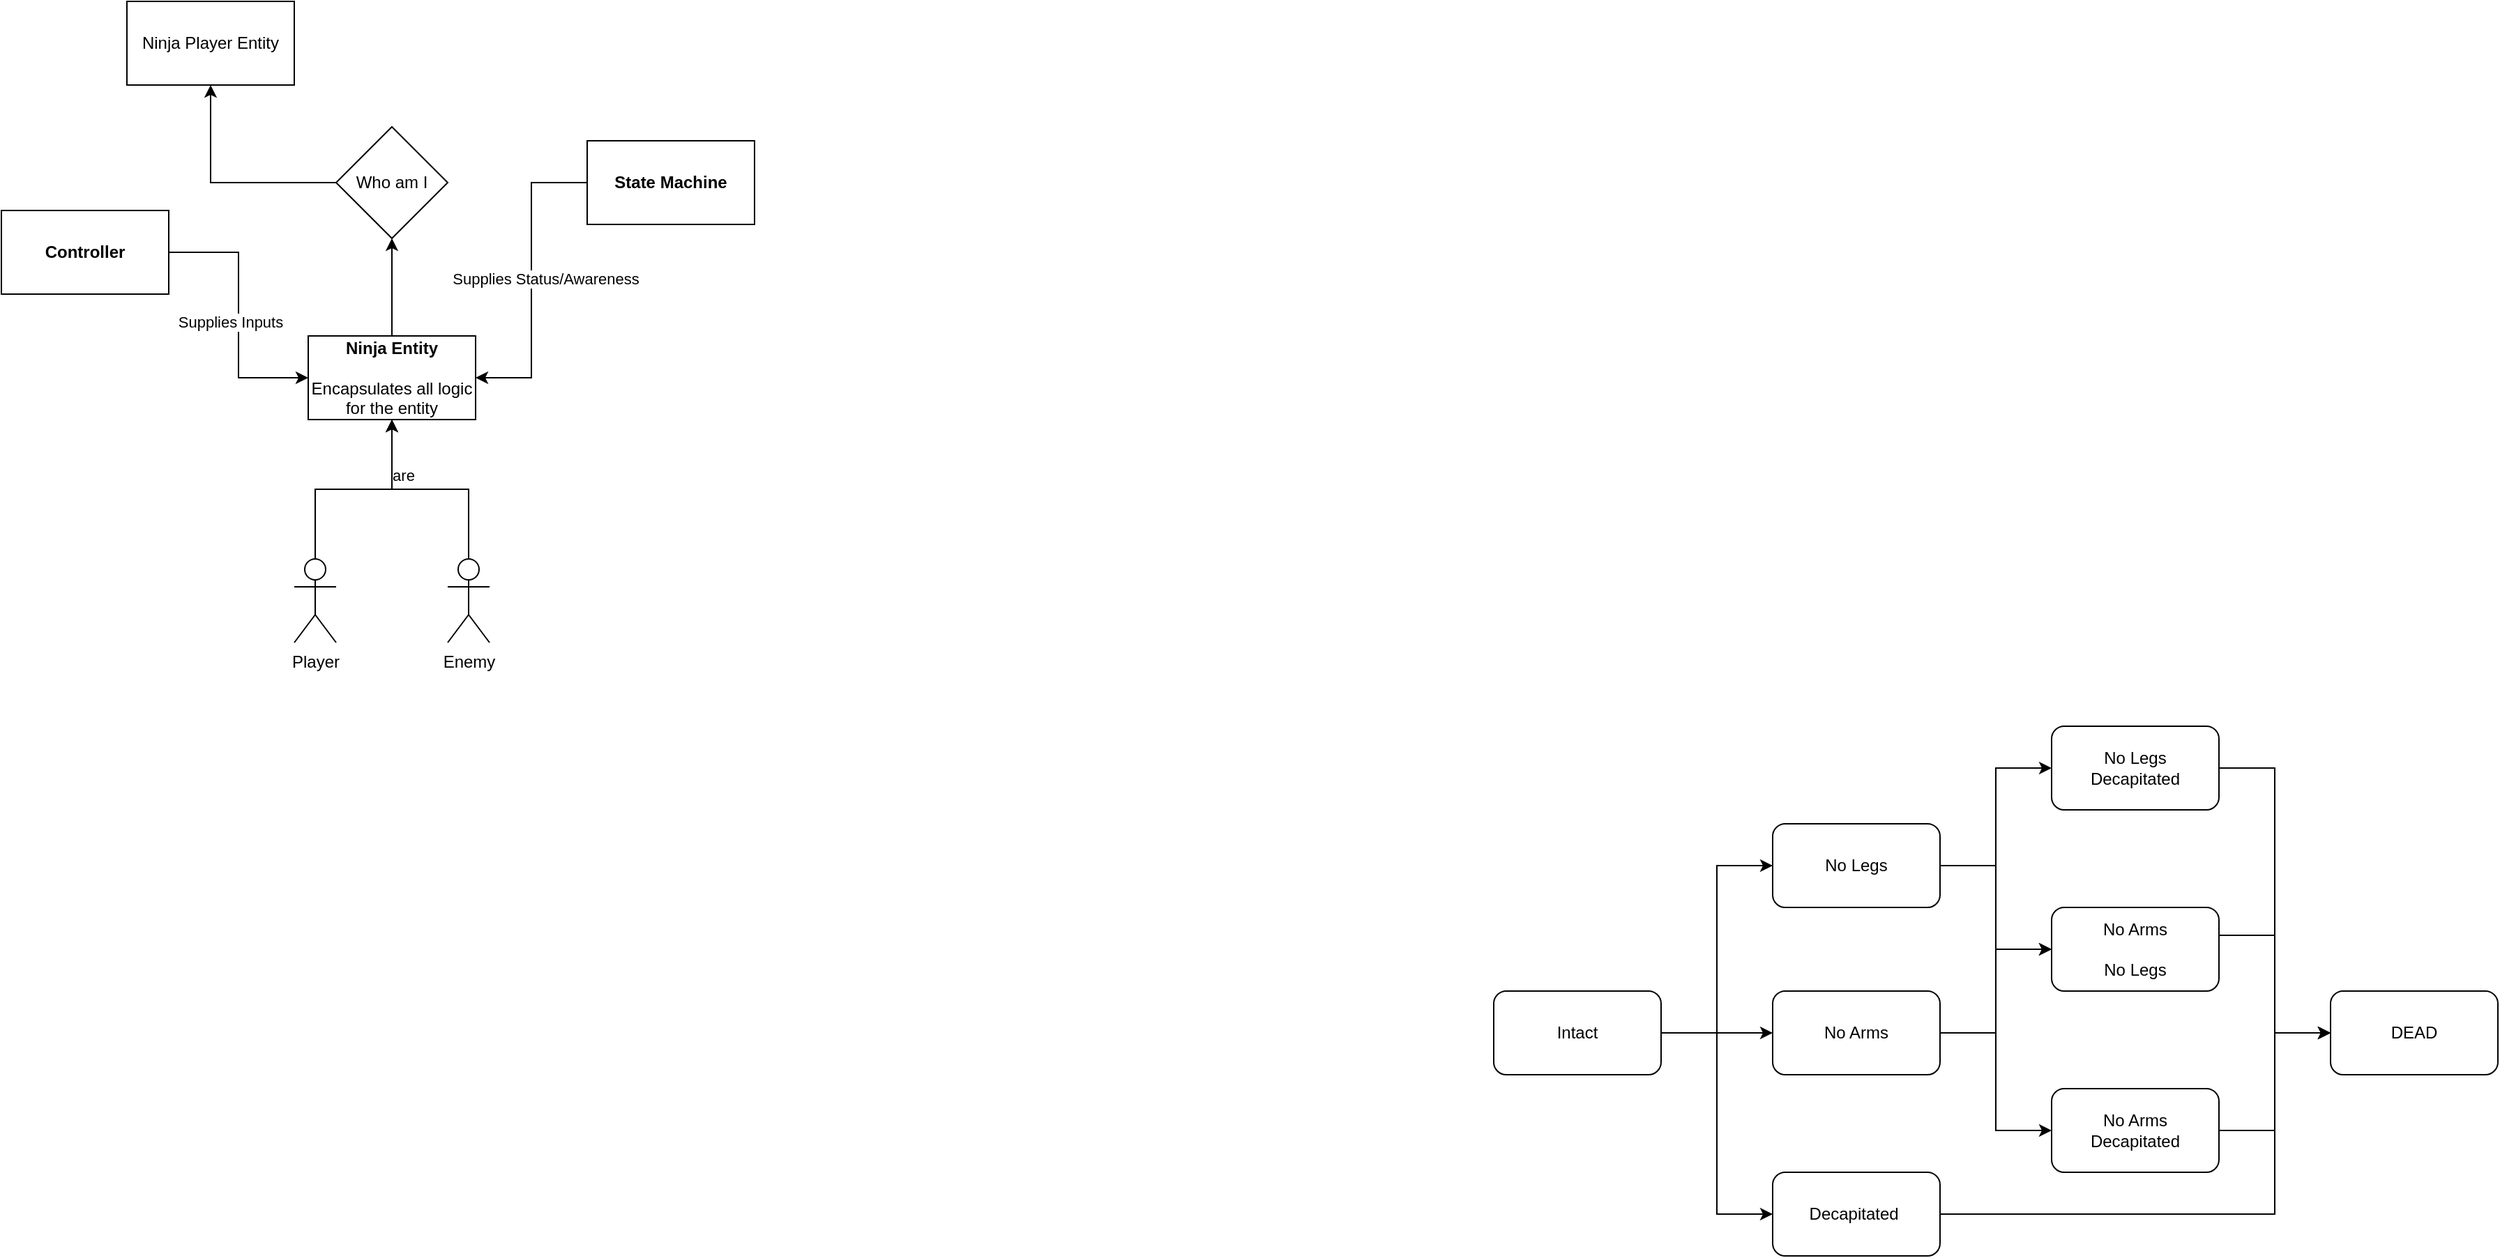
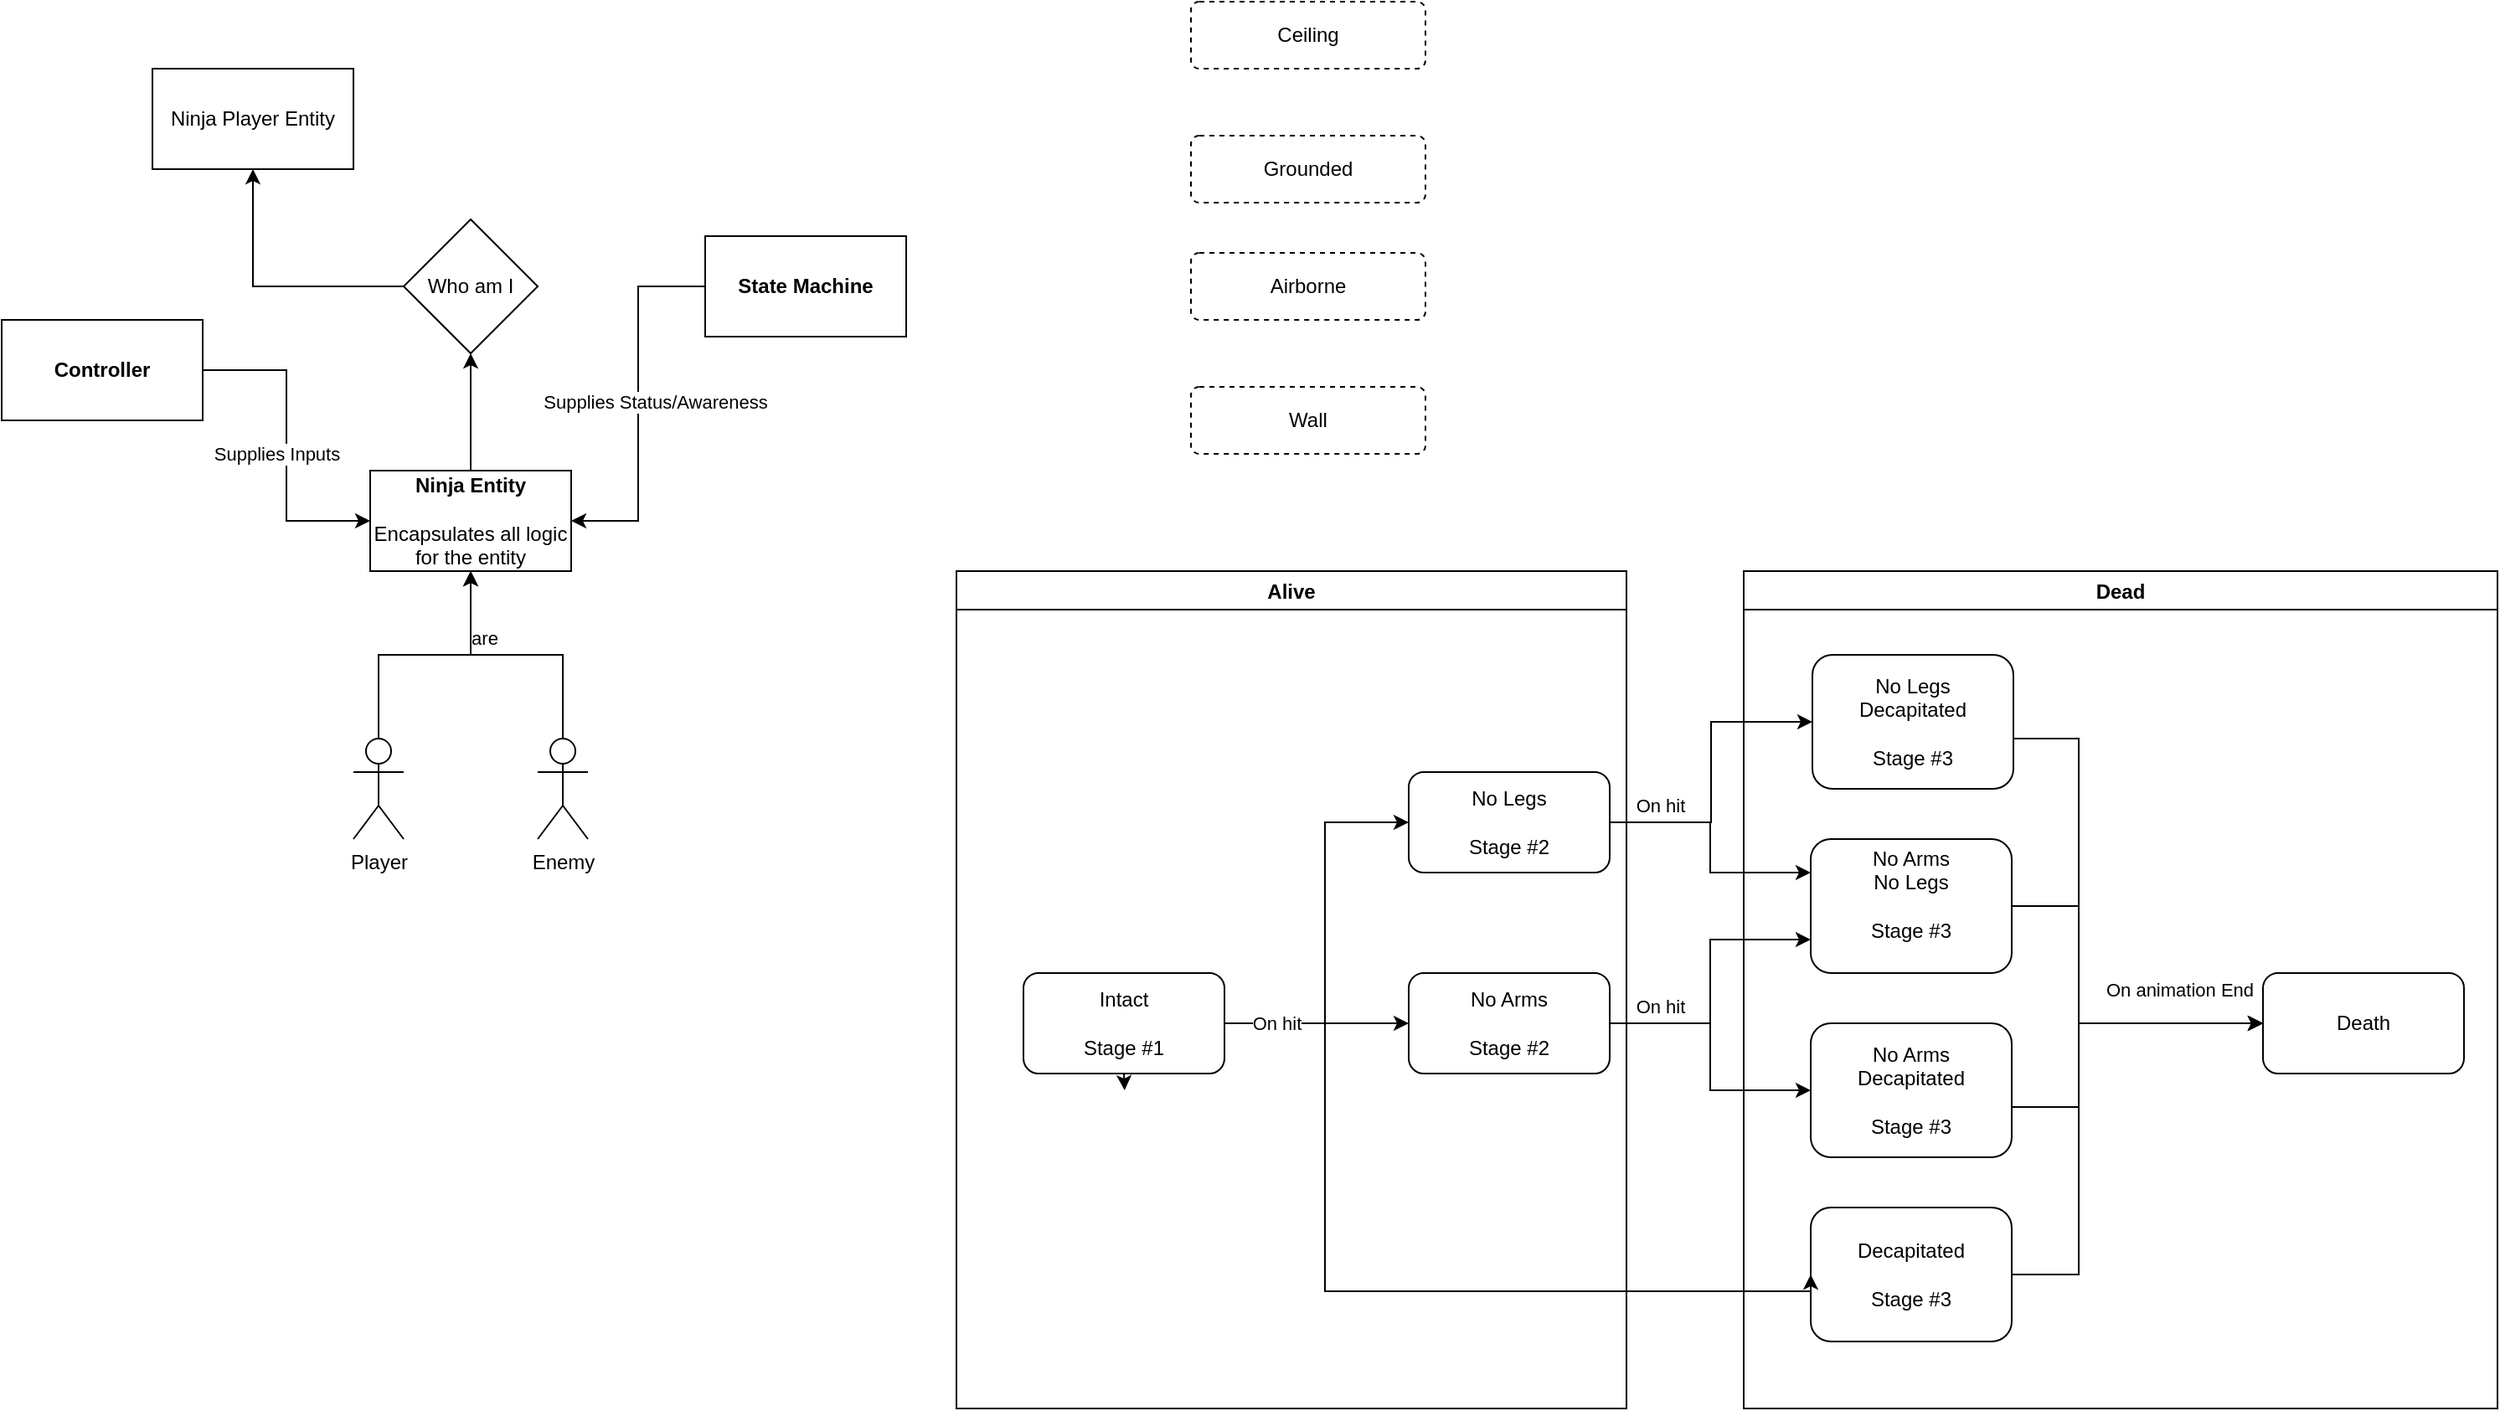
<mxfile host="app.diagrams.net">
  <diagram name="Page-1" id="0JfmOz0fnljZQuXCbFlP">
-     <mxGraphModel dx="1235" dy="682" grid="1" gridSize="10" guides="1" tooltips="1" connect="1" arrows="1" fold="1" page="1" pageScale="1" pageWidth="850" pageHeight="1100" math="0" shadow="0">
+     <mxGraphModel dx="1682" dy="2224" grid="1" gridSize="10" guides="1" tooltips="1" connect="1" arrows="1" fold="1" page="1" pageScale="1" pageWidth="850" pageHeight="1100" math="0" shadow="0">
      <root>
        <mxCell id="0" />
        <mxCell id="1" parent="0" />
        <mxCell id="ArJXbYmuQQzbJuiBfs3s-15" edge="1" parent="1" source="ArJXbYmuQQzbJuiBfs3s-1" style="edgeStyle=orthogonalEdgeStyle;rounded=0;orthogonalLoop=1;jettySize=auto;html=1;exitX=0.5;exitY=0;exitDx=0;exitDy=0;exitPerimeter=0;entryX=0.5;entryY=1;entryDx=0;entryDy=0;" target="ArJXbYmuQQzbJuiBfs3s-6">
          <mxGeometry relative="1" as="geometry" />
        </mxCell>
        <mxCell id="ArJXbYmuQQzbJuiBfs3s-1" parent="1" style="shape=umlActor;verticalLabelPosition=bottom;verticalAlign=top;html=1;outlineConnect=0;" value="&lt;div&gt;Player&lt;/div&gt;&lt;div&gt;&lt;br&gt;&lt;/div&gt;" vertex="1">
          <mxGeometry height="60" width="30" x="340" y="420" as="geometry" />
        </mxCell>
        <mxCell id="ArJXbYmuQQzbJuiBfs3s-13" edge="1" parent="1" source="ArJXbYmuQQzbJuiBfs3s-5" style="edgeStyle=orthogonalEdgeStyle;rounded=0;orthogonalLoop=1;jettySize=auto;html=1;entryX=0.5;entryY=1;entryDx=0;entryDy=0;" target="ArJXbYmuQQzbJuiBfs3s-6">
          <mxGeometry relative="1" as="geometry" />
        </mxCell>
        <mxCell id="ArJXbYmuQQzbJuiBfs3s-20" connectable="0" parent="ArJXbYmuQQzbJuiBfs3s-13" style="edgeLabel;html=1;align=center;verticalAlign=middle;resizable=0;points=[];" value="are" vertex="1">
          <mxGeometry relative="1" x="0.0966" y="-1" as="geometry">
            <mxPoint x="-12" y="-9" as="offset" />
          </mxGeometry>
        </mxCell>
        <mxCell id="ArJXbYmuQQzbJuiBfs3s-5" parent="1" style="shape=umlActor;verticalLabelPosition=bottom;verticalAlign=top;html=1;outlineConnect=0;" value="&lt;div&gt;Enemy&lt;/div&gt;" vertex="1">
          <mxGeometry height="60" width="30" x="450" y="420" as="geometry" />
        </mxCell>
        <mxCell id="ArJXbYmuQQzbJuiBfs3s-33" edge="1" parent="1" source="ArJXbYmuQQzbJuiBfs3s-6" style="edgeStyle=orthogonalEdgeStyle;rounded=0;orthogonalLoop=1;jettySize=auto;html=1;" target="ArJXbYmuQQzbJuiBfs3s-32" value="">
          <mxGeometry relative="1" as="geometry" />
        </mxCell>
        <mxCell id="ArJXbYmuQQzbJuiBfs3s-6" parent="1" style="rounded=0;whiteSpace=wrap;html=1;" value="&lt;div&gt;&lt;b&gt;Ninja Entity&lt;/b&gt;&lt;/div&gt;&lt;div&gt;&lt;br&gt;&lt;/div&gt;&lt;div&gt;Encapsulates all logic for the entity&lt;/div&gt;" vertex="1">
          <mxGeometry height="60" width="120" x="350" y="260" as="geometry" />
        </mxCell>
        <mxCell id="ArJXbYmuQQzbJuiBfs3s-25" edge="1" parent="1" source="ArJXbYmuQQzbJuiBfs3s-23" style="edgeStyle=orthogonalEdgeStyle;rounded=0;orthogonalLoop=1;jettySize=auto;html=1;entryX=0;entryY=0.5;entryDx=0;entryDy=0;" target="ArJXbYmuQQzbJuiBfs3s-6">
          <mxGeometry relative="1" as="geometry" />
        </mxCell>
        <mxCell id="ArJXbYmuQQzbJuiBfs3s-26" connectable="0" parent="ArJXbYmuQQzbJuiBfs3s-25" style="edgeLabel;html=1;align=center;verticalAlign=middle;resizable=0;points=[];" value="Supplies Inputs" vertex="1">
          <mxGeometry relative="1" x="0.0882" as="geometry">
            <mxPoint x="-6" y="-4" as="offset" />
          </mxGeometry>
        </mxCell>
        <mxCell id="ArJXbYmuQQzbJuiBfs3s-23" parent="1" style="rounded=0;whiteSpace=wrap;html=1;" value="&lt;div&gt;&lt;b&gt;Controller&lt;/b&gt;&lt;/div&gt;" vertex="1">
          <mxGeometry height="60" width="120" x="130" y="170" as="geometry" />
        </mxCell>
        <mxCell id="ArJXbYmuQQzbJuiBfs3s-29" edge="1" parent="1" source="ArJXbYmuQQzbJuiBfs3s-27" style="edgeStyle=orthogonalEdgeStyle;rounded=0;orthogonalLoop=1;jettySize=auto;html=1;entryX=1;entryY=0.5;entryDx=0;entryDy=0;" target="ArJXbYmuQQzbJuiBfs3s-6">
          <mxGeometry relative="1" as="geometry" />
        </mxCell>
        <mxCell id="ArJXbYmuQQzbJuiBfs3s-30" connectable="0" parent="ArJXbYmuQQzbJuiBfs3s-29" style="edgeLabel;html=1;align=center;verticalAlign=middle;resizable=0;points=[];" value="Supplies Status/Awareness" vertex="1">
          <mxGeometry relative="1" x="-0.2574" y="1" as="geometry">
            <mxPoint x="9" y="27" as="offset" />
          </mxGeometry>
        </mxCell>
        <mxCell id="ArJXbYmuQQzbJuiBfs3s-27" parent="1" style="whiteSpace=wrap;html=1;rounded=0;" value="&lt;div&gt;&lt;b&gt;State Machine&lt;/b&gt;&lt;/div&gt;" vertex="1">
          <mxGeometry height="60" width="120" x="550" y="120" as="geometry" />
        </mxCell>
        <mxCell id="ArJXbYmuQQzbJuiBfs3s-36" edge="1" parent="1" source="ArJXbYmuQQzbJuiBfs3s-32" style="edgeStyle=orthogonalEdgeStyle;rounded=0;orthogonalLoop=1;jettySize=auto;html=1;" target="ArJXbYmuQQzbJuiBfs3s-35" value="">
          <mxGeometry relative="1" as="geometry" />
        </mxCell>
        <mxCell id="ArJXbYmuQQzbJuiBfs3s-32" parent="1" style="rhombus;whiteSpace=wrap;html=1;rounded=0;" value="&lt;div&gt;Who am I&lt;/div&gt;" vertex="1">
          <mxGeometry height="80" width="80" x="370" y="110" as="geometry" />
        </mxCell>
        <mxCell id="ArJXbYmuQQzbJuiBfs3s-35" parent="1" style="whiteSpace=wrap;html=1;rounded=0;" value="Ninja Player Entity" vertex="1">
          <mxGeometry height="60" width="120" x="220" y="20" as="geometry" />
        </mxCell>
        <mxCell id="ArJXbYmuQQzbJuiBfs3s-74" edge="1" parent="1" source="ArJXbYmuQQzbJuiBfs3s-47" style="edgeStyle=orthogonalEdgeStyle;rounded=0;orthogonalLoop=1;jettySize=auto;html=1;entryX=0;entryY=0.5;entryDx=0;entryDy=0;" target="ArJXbYmuQQzbJuiBfs3s-61">
          <mxGeometry relative="1" as="geometry">
            <Array as="points">
-               <mxPoint x="1760" y="890" />
-               <mxPoint x="1760" y="760" />
+               <mxPoint x="1370" y="740" />
+               <mxPoint x="1370" y="590" />
            </Array>
-             <mxPoint x="1760" y="890" as="targetPoint" />
+             <mxPoint x="1370" y="720" as="targetPoint" />
          </mxGeometry>
        </mxCell>
-         <mxCell id="ArJXbYmuQQzbJuiBfs3s-47" parent="1" style="rounded=1;whiteSpace=wrap;html=1;" value="Decapitated&amp;nbsp;" vertex="1">
-           <mxGeometry height="60" width="120" x="1400" y="860" as="geometry" />
+         <mxCell id="ArJXbYmuQQzbJuiBfs3s-47" parent="1" style="rounded=1;whiteSpace=wrap;html=1;" value="Decapitated&lt;div&gt;&lt;br&gt;&lt;/div&gt;&lt;div&gt;Stage #3&lt;/div&gt;" vertex="1">
+           <mxGeometry height="80" width="120" x="1210" y="700" as="geometry" />
        </mxCell>
-         <mxCell id="ArJXbYmuQQzbJuiBfs3s-54" edge="1" parent="1" source="ArJXbYmuQQzbJuiBfs3s-39" style="edgeStyle=orthogonalEdgeStyle;rounded=0;orthogonalLoop=1;jettySize=auto;html=1;entryX=0;entryY=0.5;entryDx=0;entryDy=0;" target="ArJXbYmuQQzbJuiBfs3s-52">
+         <mxCell id="ArJXbYmuQQzbJuiBfs3s-54" edge="1" parent="1" source="ArJXbYmuQQzbJuiBfs3s-39" style="edgeStyle=orthogonalEdgeStyle;rounded=0;orthogonalLoop=1;jettySize=auto;html=1;entryX=0;entryY=0.25;entryDx=0;entryDy=0;" target="ArJXbYmuQQzbJuiBfs3s-52">
          <mxGeometry relative="1" as="geometry" />
        </mxCell>
        <mxCell id="ArJXbYmuQQzbJuiBfs3s-71" edge="1" parent="1" source="ArJXbYmuQQzbJuiBfs3s-39" style="edgeStyle=orthogonalEdgeStyle;rounded=0;orthogonalLoop=1;jettySize=auto;html=1;entryX=0;entryY=0.5;entryDx=0;entryDy=0;" target="ArJXbYmuQQzbJuiBfs3s-66">
          <mxGeometry relative="1" as="geometry" />
        </mxCell>
-         <mxCell id="ArJXbYmuQQzbJuiBfs3s-39" parent="1" style="rounded=1;whiteSpace=wrap;html=1;" value="No Legs" vertex="1">
-           <mxGeometry height="60" width="120" x="1400" y="610" as="geometry" />
+         <mxCell id="ArJXbYmuQQzbJuiBfs3s-39" parent="1" style="rounded=1;whiteSpace=wrap;html=1;" value="&lt;div&gt;No Legs&lt;/div&gt;&lt;div&gt;&lt;br&gt;&lt;/div&gt;&lt;div&gt;Stage #2&lt;/div&gt;" vertex="1">
+           <mxGeometry height="60" width="120" x="970" y="440" as="geometry" />
        </mxCell>
        <mxCell id="ArJXbYmuQQzbJuiBfs3s-64" edge="1" parent="1" source="ArJXbYmuQQzbJuiBfs3s-40" style="edgeStyle=orthogonalEdgeStyle;rounded=0;orthogonalLoop=1;jettySize=auto;html=1;entryX=0;entryY=0.5;entryDx=0;entryDy=0;" target="ArJXbYmuQQzbJuiBfs3s-38">
          <mxGeometry relative="1" as="geometry" />
        </mxCell>
-         <mxCell id="ArJXbYmuQQzbJuiBfs3s-40" parent="1" style="rounded=1;whiteSpace=wrap;html=1;" value="&lt;div&gt;Intact&lt;/div&gt;" vertex="1">
-           <mxGeometry height="60" width="120" x="1200" y="730" as="geometry" />
+         <mxCell id="5s9U2ycPCkRHGV51G029-10" edge="1" parent="1" source="ArJXbYmuQQzbJuiBfs3s-40" style="edgeStyle=orthogonalEdgeStyle;rounded=0;orthogonalLoop=1;jettySize=auto;html=1;exitX=0.5;exitY=1;exitDx=0;exitDy=0;">
+           <mxGeometry relative="1" as="geometry">
+             <mxPoint x="800.4000000000001" y="630" as="targetPoint" />
+           </mxGeometry>
+         </mxCell>
+         <mxCell id="ArJXbYmuQQzbJuiBfs3s-40" parent="1" style="rounded=1;whiteSpace=wrap;html=1;" value="&lt;div&gt;Intact&lt;/div&gt;&lt;div&gt;&lt;br&gt;&lt;/div&gt;&lt;div&gt;Stage #1&lt;/div&gt;" vertex="1">
+           <mxGeometry height="60" width="120" x="740" y="560" as="geometry" />
        </mxCell>
        <mxCell id="ArJXbYmuQQzbJuiBfs3s-41" edge="1" parent="1" source="ArJXbYmuQQzbJuiBfs3s-40" style="edgeStyle=orthogonalEdgeStyle;rounded=0;orthogonalLoop=1;jettySize=auto;html=1;entryX=0;entryY=0.5;entryDx=0;entryDy=0;" target="ArJXbYmuQQzbJuiBfs3s-39">
-           <mxGeometry relative="1" as="geometry" />
+           <mxGeometry relative="1" as="geometry">
+             <Array as="points">
+               <mxPoint x="920" y="590" />
+               <mxPoint x="920" y="470" />
+             </Array>
+           </mxGeometry>
        </mxCell>
        <mxCell id="ArJXbYmuQQzbJuiBfs3s-50" edge="1" parent="1" source="ArJXbYmuQQzbJuiBfs3s-40" style="edgeStyle=orthogonalEdgeStyle;rounded=0;orthogonalLoop=1;jettySize=auto;html=1;entryX=0;entryY=0.5;entryDx=0;entryDy=0;" target="ArJXbYmuQQzbJuiBfs3s-47">
-           <mxGeometry relative="1" as="geometry" />
+           <mxGeometry relative="1" as="geometry">
+             <Array as="points">
+               <mxPoint x="920" y="590" />
+               <mxPoint x="920" y="750" />
+             </Array>
+           </mxGeometry>
+         </mxCell>
+         <mxCell id="5s9U2ycPCkRHGV51G029-5" connectable="0" parent="ArJXbYmuQQzbJuiBfs3s-50" style="edgeLabel;html=1;align=center;verticalAlign=middle;resizable=0;points=[];" value="On hit" vertex="1">
+           <mxGeometry relative="1" x="-0.8439" as="geometry">
+             <mxPoint x="-10" as="offset" />
+           </mxGeometry>
        </mxCell>
        <mxCell id="ArJXbYmuQQzbJuiBfs3s-70" edge="1" parent="1" source="ArJXbYmuQQzbJuiBfs3s-52" style="edgeStyle=orthogonalEdgeStyle;rounded=0;orthogonalLoop=1;jettySize=auto;html=1;entryX=0;entryY=0.5;entryDx=0;entryDy=0;" target="ArJXbYmuQQzbJuiBfs3s-61">
          <mxGeometry relative="1" as="geometry">
            <Array as="points">
-               <mxPoint x="1760" y="690" />
-               <mxPoint x="1760" y="760" />
+               <mxPoint x="1370" y="520" />
+               <mxPoint x="1370" y="590" />
            </Array>
          </mxGeometry>
        </mxCell>
-         <mxCell id="ArJXbYmuQQzbJuiBfs3s-52" parent="1" style="rounded=1;whiteSpace=wrap;html=1;" value="&lt;div&gt;No Arms&lt;/div&gt;&lt;div&gt;&lt;br&gt;&lt;/div&gt;&lt;div&gt;No Legs&lt;/div&gt;" vertex="1">
-           <mxGeometry height="60" width="120" x="1600" y="670" as="geometry" />
+         <mxCell id="ArJXbYmuQQzbJuiBfs3s-52" parent="1" style="rounded=1;whiteSpace=wrap;html=1;" value="&lt;div&gt;No Arms&lt;/div&gt;&lt;div&gt;No Legs&lt;/div&gt;&lt;div&gt;&lt;br&gt;&lt;/div&gt;&lt;div&gt;&lt;div&gt;Stage #3&lt;/div&gt;&lt;br&gt;&lt;/div&gt;" vertex="1">
+           <mxGeometry height="80" width="120" x="1210" y="480" as="geometry" />
        </mxCell>
-         <mxCell id="ArJXbYmuQQzbJuiBfs3s-61" parent="1" style="whiteSpace=wrap;html=1;rounded=1;" value="DEAD" vertex="1">
-           <mxGeometry height="60" width="120" x="1800" y="730" as="geometry" />
+         <mxCell id="ArJXbYmuQQzbJuiBfs3s-61" parent="1" style="whiteSpace=wrap;html=1;rounded=1;" value="Death" vertex="1">
+           <mxGeometry height="60" width="120" x="1480" y="560" as="geometry" />
        </mxCell>
        <mxCell id="ArJXbYmuQQzbJuiBfs3s-69" edge="1" parent="1" source="ArJXbYmuQQzbJuiBfs3s-57" style="edgeStyle=orthogonalEdgeStyle;rounded=0;orthogonalLoop=1;jettySize=auto;html=1;entryX=0;entryY=0.5;entryDx=0;entryDy=0;" target="ArJXbYmuQQzbJuiBfs3s-61">
-           <mxGeometry relative="1" as="geometry" />
+           <mxGeometry relative="1" as="geometry">
+             <Array as="points">
+               <mxPoint x="1370" y="640" />
+               <mxPoint x="1370" y="590" />
+             </Array>
+           </mxGeometry>
        </mxCell>
-         <mxCell id="ArJXbYmuQQzbJuiBfs3s-57" parent="1" style="rounded=1;whiteSpace=wrap;html=1;" value="&lt;div&gt;No Arms&lt;/div&gt;&lt;div&gt;Decapitated&lt;/div&gt;" vertex="1">
-           <mxGeometry height="60" width="120" x="1600" y="800" as="geometry" />
-         </mxCell>
-         <mxCell id="ArJXbYmuQQzbJuiBfs3s-72" edge="1" parent="1" source="ArJXbYmuQQzbJuiBfs3s-38" style="edgeStyle=orthogonalEdgeStyle;rounded=0;orthogonalLoop=1;jettySize=auto;html=1;entryX=0;entryY=0.5;entryDx=0;entryDy=0;" target="ArJXbYmuQQzbJuiBfs3s-52">
-           <mxGeometry relative="1" as="geometry" />
+         <mxCell id="ArJXbYmuQQzbJuiBfs3s-57" parent="1" style="rounded=1;whiteSpace=wrap;html=1;" value="&lt;div&gt;No Arms&lt;/div&gt;&lt;div&gt;Decapitated&lt;div&gt;&lt;br&gt;&lt;/div&gt;&lt;div&gt;Stage #3&lt;/div&gt;&lt;/div&gt;" vertex="1">
+           <mxGeometry height="80" width="120" x="1210" y="590" as="geometry" />
        </mxCell>
        <mxCell id="ArJXbYmuQQzbJuiBfs3s-73" edge="1" parent="1" source="ArJXbYmuQQzbJuiBfs3s-38" style="edgeStyle=orthogonalEdgeStyle;rounded=0;orthogonalLoop=1;jettySize=auto;html=1;entryX=0;entryY=0.5;entryDx=0;entryDy=0;" target="ArJXbYmuQQzbJuiBfs3s-57">
          <mxGeometry relative="1" as="geometry" />
        </mxCell>
-         <mxCell id="ArJXbYmuQQzbJuiBfs3s-38" parent="1" style="rounded=1;whiteSpace=wrap;html=1;" value="&lt;div&gt;No Arms&lt;/div&gt;" vertex="1">
-           <mxGeometry height="60" width="120" x="1400" y="730" as="geometry" />
-         </mxCell>
-         <mxCell id="ArJXbYmuQQzbJuiBfs3s-75" edge="1" parent="1" source="ArJXbYmuQQzbJuiBfs3s-66" style="edgeStyle=orthogonalEdgeStyle;rounded=0;orthogonalLoop=1;jettySize=auto;html=1;entryX=0;entryY=0.5;entryDx=0;entryDy=0;" target="ArJXbYmuQQzbJuiBfs3s-61">
+         <mxCell id="5s9U2ycPCkRHGV51G029-1" edge="1" parent="1" source="ArJXbYmuQQzbJuiBfs3s-38" style="edgeStyle=orthogonalEdgeStyle;rounded=0;orthogonalLoop=1;jettySize=auto;html=1;entryX=0;entryY=0.75;entryDx=0;entryDy=0;" target="ArJXbYmuQQzbJuiBfs3s-52">
          <mxGeometry relative="1" as="geometry" />
        </mxCell>
-         <mxCell id="ArJXbYmuQQzbJuiBfs3s-66" parent="1" style="whiteSpace=wrap;html=1;rounded=1;" value="&lt;div&gt;No Legs&lt;/div&gt;&lt;div&gt;Decapitated&lt;/div&gt;" vertex="1">
-           <mxGeometry height="60" width="120" x="1600" y="540" as="geometry" />
+         <mxCell id="ArJXbYmuQQzbJuiBfs3s-38" parent="1" style="rounded=1;whiteSpace=wrap;html=1;" value="&lt;div&gt;No Arms&lt;/div&gt;&lt;div&gt;&lt;br&gt;&lt;/div&gt;&lt;div&gt;Stage #2&lt;/div&gt;" vertex="1">
+           <mxGeometry height="60" width="120" x="970" y="560" as="geometry" />
+         </mxCell>
+         <mxCell id="ArJXbYmuQQzbJuiBfs3s-75" edge="1" parent="1" source="ArJXbYmuQQzbJuiBfs3s-66" style="edgeStyle=orthogonalEdgeStyle;rounded=0;orthogonalLoop=1;jettySize=auto;html=1;entryX=0;entryY=0.5;entryDx=0;entryDy=0;" target="ArJXbYmuQQzbJuiBfs3s-61" value="On animation End">
+           <mxGeometry relative="1" x="0.6875" y="20" as="geometry">
+             <mxPoint as="offset" />
+             <Array as="points">
+               <mxPoint x="1370" y="420" />
+               <mxPoint x="1370" y="590" />
+             </Array>
+           </mxGeometry>
+         </mxCell>
+         <mxCell id="ArJXbYmuQQzbJuiBfs3s-66" parent="1" style="whiteSpace=wrap;html=1;rounded=1;" value="&lt;div&gt;No Legs&lt;/div&gt;&lt;div&gt;Decapitated&lt;/div&gt;&lt;div&gt;&lt;br&gt;&lt;/div&gt;&lt;div&gt;Stage #3&lt;/div&gt;" vertex="1">
+           <mxGeometry height="80" width="120" x="1211" y="370" as="geometry" />
+         </mxCell>
+         <mxCell id="5s9U2ycPCkRHGV51G029-6" connectable="0" parent="1" style="edgeLabel;html=1;align=center;verticalAlign=middle;resizable=0;points=[];" value="On hit" vertex="1">
+           <mxGeometry x="1120" y="580" as="geometry" />
+         </mxCell>
+         <mxCell id="5s9U2ycPCkRHGV51G029-7" connectable="0" parent="1" style="edgeLabel;html=1;align=center;verticalAlign=middle;resizable=0;points=[];" value="On hit" vertex="1">
+           <mxGeometry x="1120" y="460" as="geometry" />
+         </mxCell>
+         <mxCell id="5s9U2ycPCkRHGV51G029-8" parent="1" style="swimlane;" value="Alive" vertex="1">
+           <mxGeometry height="500" width="400" x="700" y="320" as="geometry" />
+         </mxCell>
+         <mxCell id="5s9U2ycPCkRHGV51G029-9" parent="1" style="swimlane;" value="Dead" vertex="1">
+           <mxGeometry height="500" width="450" x="1170" y="320" as="geometry" />
+         </mxCell>
+         <mxCell id="5s9U2ycPCkRHGV51G029-13" parent="1" style="html=1;align=center;verticalAlign=middle;rounded=1;absoluteArcSize=1;arcSize=10;dashed=1;whiteSpace=wrap;" value="Grounded" vertex="1">
+           <mxGeometry height="40" width="140" x="840" y="60" as="geometry" />
+         </mxCell>
+         <mxCell id="5s9U2ycPCkRHGV51G029-14" parent="1" style="html=1;align=center;verticalAlign=middle;rounded=1;absoluteArcSize=1;arcSize=10;dashed=1;whiteSpace=wrap;" value="Airborne" vertex="1">
+           <mxGeometry height="40" width="140" x="840" y="130" as="geometry" />
+         </mxCell>
+         <mxCell id="5s9U2ycPCkRHGV51G029-15" parent="1" style="html=1;align=center;verticalAlign=middle;rounded=1;absoluteArcSize=1;arcSize=10;dashed=1;whiteSpace=wrap;" value="Wall" vertex="1">
+           <mxGeometry height="40" width="140" x="840" y="210" as="geometry" />
+         </mxCell>
+         <mxCell id="5s9U2ycPCkRHGV51G029-16" parent="1" style="html=1;align=center;verticalAlign=middle;rounded=1;absoluteArcSize=1;arcSize=10;dashed=1;whiteSpace=wrap;" value="Ceiling" vertex="1">
+           <mxGeometry height="40" width="140" x="840" y="-20" as="geometry" />
        </mxCell>
      </root>
    </mxGraphModel>
  </diagram>
</mxfile>
